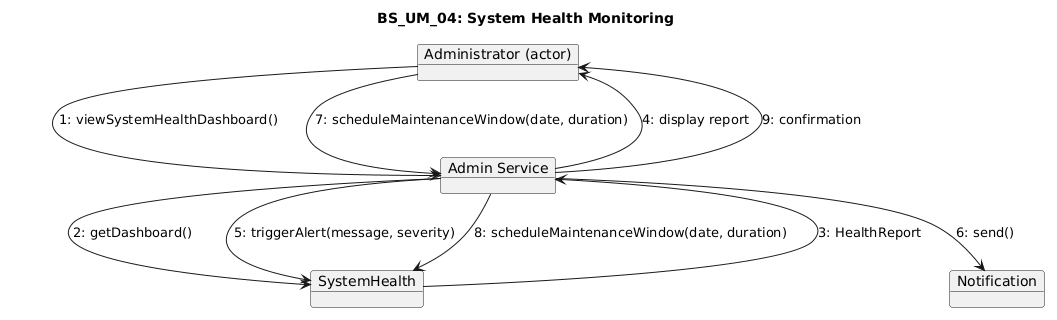
The PlantUML diagram Diagrams/Collaboration Diagrams/BS_UM_04.png in erindkotobelli12/BankManagementSystem, before a commit.
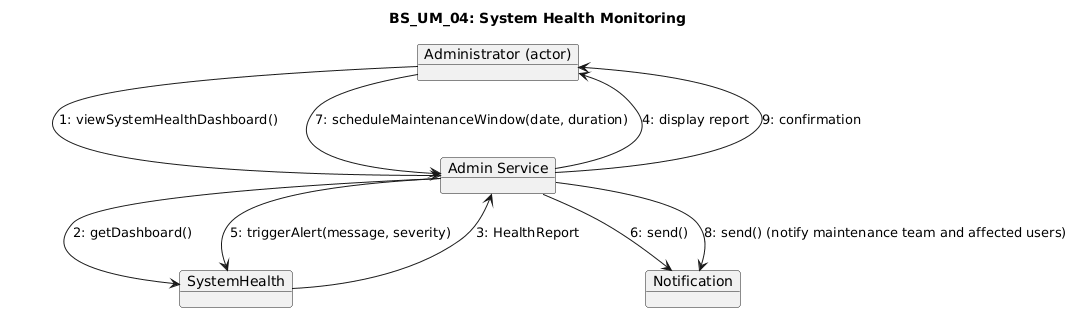
The same diagram one commit later.

The edit, as a diff of the source:
```diff
@@ -16,6 +16,6 @@
 AC --> NS : 6: send()
 
 Admin --> AC : 7: scheduleMaintenanceWindow(date, duration)
-AC --> SM : 8: scheduleMaintenanceWindow(date, duration)
+AC --> NS : 8: send() (notify maintenance team and affected users)
 AC --> Admin : 9: confirmation
 @enduml
```
